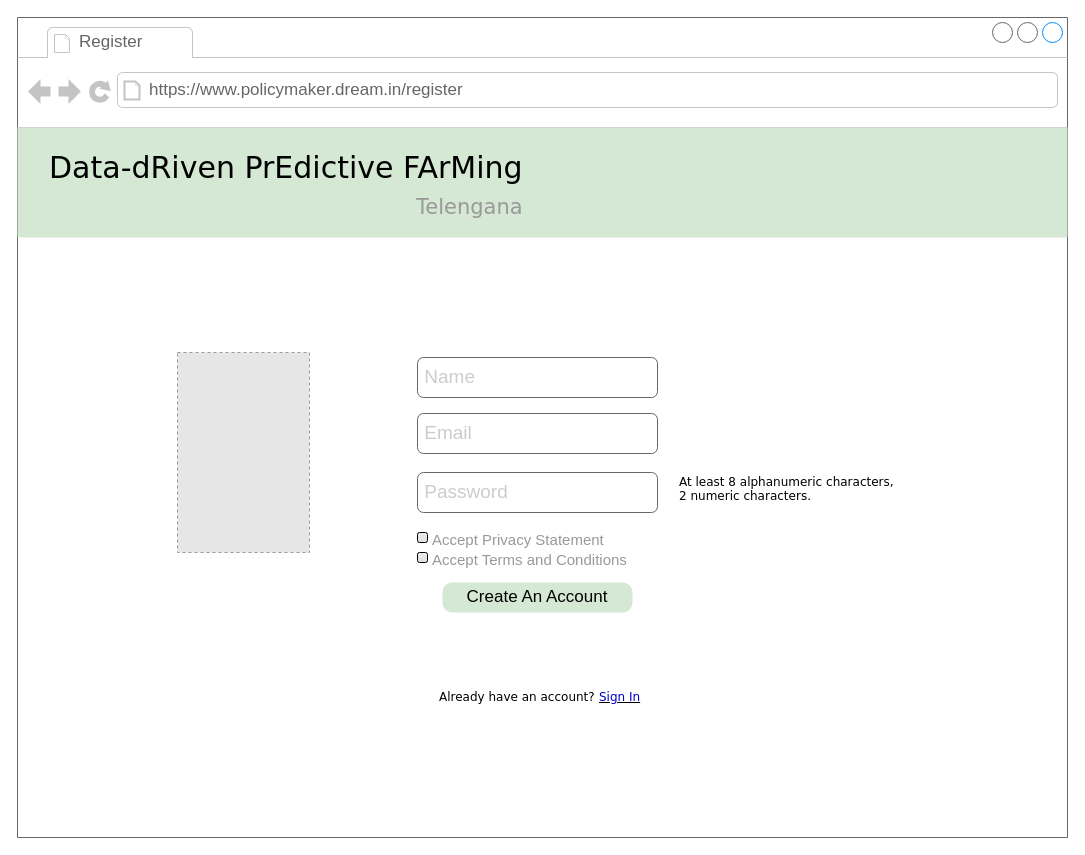
The draw.io diagram page "pm-register" (2 of 26) of RASD/diagrams/User Interface.drawio in ictar/DREAM-SE2-Project-2022, before the edit. Source tidied: cells renumbered, new cells numbered last; positions are measured from the earlier drawing's top-left corner, leaving out a move shared by most shapes. Both pictures are drawn from the tidied source at 100%, with x=0, y=0 at pixel (17, 17). Pictures stored in the file or linked from it are replaced by grey dashed boxes.
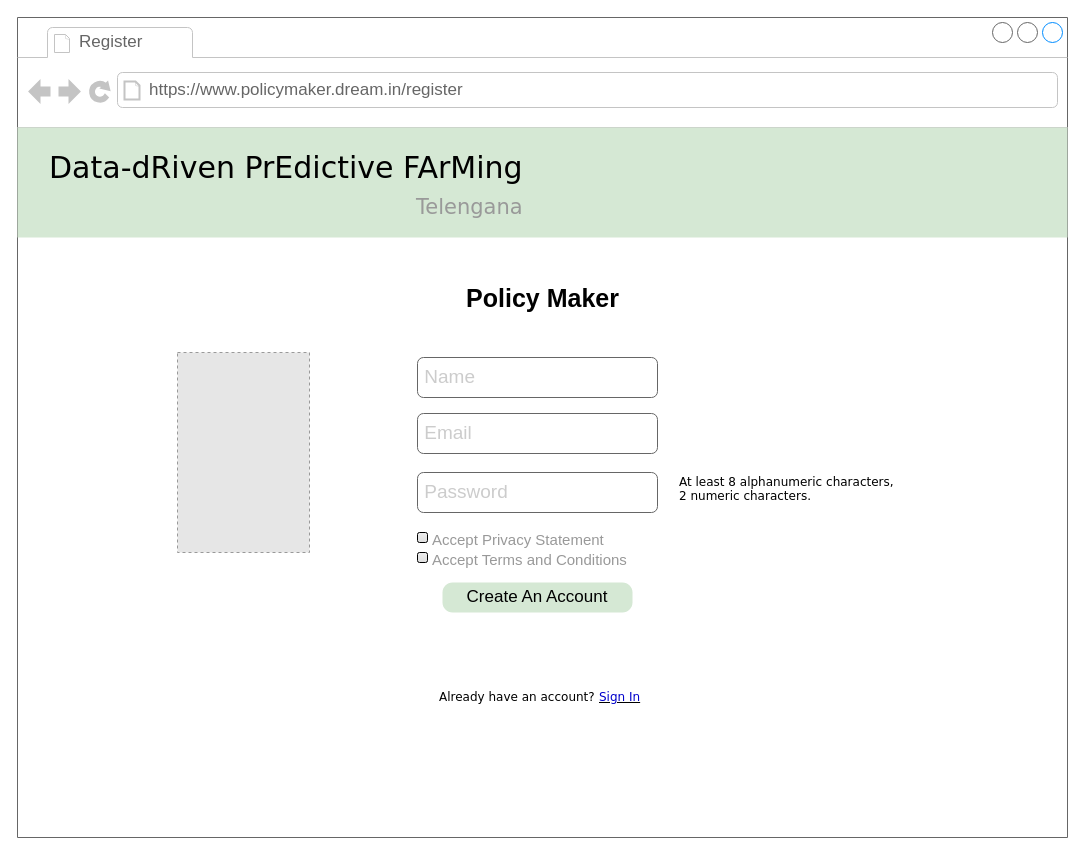
Above is the later version.

Diff of the diagram source:
```diff
@@
 <mxGraphModel background="#ffffff">
   <root>
     <mxCell id="0" />
     <mxCell id="1" parent="0" />
     <mxCell id="2" style="strokeWidth=1;shadow=0;dashed=0;align=center;html=1;shape=mxgraph.mockup.containers.browserWindow;rSize=0;strokeColor=#666666;mainText=,;rounded=0;labelBackgroundColor=none;fontFamily=Verdana;fontSize=12;" parent="1" vertex="1">
       <mxGeometry width="1050" height="820" as="geometry" />
     </mxCell>
     <mxCell id="3" value="Register" style="strokeWidth=1;shadow=0;dashed=0;align=center;html=1;shape=mxgraph.mockup.containers.anchor;fontSize=17;fontColor=#666666;align=left;" parent="2" vertex="1">
       <mxGeometry x="60" y="12" width="110" height="26" as="geometry" />
     </mxCell>
     <mxCell id="4" value="https://www.policymaker.dream.in/register" style="strokeWidth=1;shadow=0;dashed=0;align=center;html=1;shape=mxgraph.mockup.containers.anchor;rSize=0;fontSize=17;fontColor=#666666;align=left;" parent="2" vertex="1">
       <mxGeometry x="130" y="60" width="250" height="26" as="geometry" />
     </mxCell>
     <mxCell id="5" value="Create An Account" style="strokeWidth=1;shadow=0;dashed=0;align=center;html=1;shape=mxgraph.mockup.buttons.button;strokeColor=none;mainText=;buttonStyle=round;fontSize=17;fontStyle=0;fillColor=#d5e8d4;whiteSpace=wrap;rounded=0;labelBackgroundColor=none;" parent="2" vertex="1">
       <mxGeometry x="425" y="565" width="190" height="30" as="geometry" />
     </mxCell>
     <mxCell id="6" value="&lt;font style=&quot;font-size: 19px&quot; color=&quot;#cccccc&quot;&gt;&amp;nbsp;Email&lt;/font&gt;" style="rounded=1;whiteSpace=wrap;html=1;fillColor=none;fontColor=#333333;strokeColor=#666666;align=left;" parent="2" vertex="1">
       <mxGeometry x="400" y="396" width="240" height="40" as="geometry" />
     </mxCell>
     <mxCell id="7" value="&lt;font style=&quot;font-size: 19px&quot; color=&quot;#cccccc&quot;&gt;&amp;nbsp;Password&lt;/font&gt;" style="rounded=1;whiteSpace=wrap;html=1;fillColor=none;fontColor=#333333;strokeColor=#666666;align=left;" parent="2" vertex="1">
       <mxGeometry x="400" y="455" width="240" height="40" as="geometry" />
     </mxCell>
     <mxCell id="8" value="Already have an account?" style="text;html=1;align=left;verticalAlign=top;spacingTop=-4;fontSize=12;fontFamily=Verdana;whiteSpace=wrap;" parent="2" vertex="1">
       <mxGeometry x="420" y="670" width="160" height="20" as="geometry" />
     </mxCell>
     <mxCell id="9" value="&lt;u&gt;&lt;font color=&quot;#0000cc&quot;&gt;Sign In&lt;/font&gt;&lt;/u&gt;" style="text;html=1;align=left;verticalAlign=top;spacingTop=-4;fontSize=12;fontFamily=Verdana;whiteSpace=wrap;" parent="2" vertex="1">
       <mxGeometry x="580" y="670" width="160" height="20" as="geometry" />
     </mxCell>
     <mxCell id="10" style="rounded=0;whiteSpace=wrap;html=1;fontSize=21;fillColor=#d5e8d4;strokeColor=none;" parent="2" vertex="1">
       <mxGeometry y="110" width="1050" height="110" as="geometry" />
     </mxCell>
     <mxCell id="11" value="Data-dRiven PrEdictive FArMing&lt;br&gt;&lt;div style=&quot;text-align: right&quot;&gt;&lt;font style=&quot;font-size: 21px&quot; color=&quot;#999999&quot;&gt;Telengana&lt;/font&gt;&lt;/div&gt;" style="text;html=1;align=left;verticalAlign=top;spacingTop=-4;fontSize=30;fontFamily=Verdana;" parent="2" vertex="1">
       <mxGeometry x="30" y="130" width="480" height="50" as="geometry" />
     </mxCell>
     <mxCell id="12" value="&lt;font style=&quot;font-size: 19px&quot; color=&quot;#cccccc&quot;&gt;&amp;nbsp;Name&lt;/font&gt;" style="rounded=1;whiteSpace=wrap;html=1;fillColor=none;fontColor=#333333;strokeColor=#666666;align=left;" parent="2" vertex="1">
       <mxGeometry x="400" y="340" width="240" height="40" as="geometry" />
     </mxCell>
     <mxCell id="13" value="At least 8 alphanumeric characters, 2 numeric characters." style="text;html=1;align=left;verticalAlign=top;spacingTop=-4;fontSize=12;fontFamily=Verdana;whiteSpace=wrap;" parent="2" vertex="1">
       <mxGeometry x="660" y="455" width="220" height="40" as="geometry" />
     </mxCell>
     <mxCell id="14" value="&lt;font style=&quot;font-size: 15px&quot; color=&quot;#999999&quot;&gt;Accept Terms and Conditions&lt;/font&gt;" style="html=1;shadow=0;dashed=0;shape=mxgraph.bootstrap.checkbox2;labelPosition=right;verticalLabelPosition=middle;align=left;verticalAlign=middle;gradientColor=#DEDEDE;fillColor=#EDEDED;checked=0;spacing=5;fontColor=#6C767D;checkedFill=#0085FC;checkedStroke=#ffffff;sketch=0;fontSize=21;" parent="2" vertex="1">
       <mxGeometry x="400" y="535" width="10" height="10" as="geometry" />
     </mxCell>
     <mxCell id="15" value="&lt;span style=&quot;font-size: 15px&quot;&gt;&lt;font color=&quot;#999999&quot;&gt;Accept Privacy Statement&lt;/font&gt;&lt;/span&gt;" style="html=1;shadow=0;dashed=0;shape=mxgraph.bootstrap.checkbox2;labelPosition=right;verticalLabelPosition=middle;align=left;verticalAlign=middle;gradientColor=#DEDEDE;fillColor=#EDEDED;checked=0;spacing=5;fontColor=#6C767D;checkedFill=#0085FC;checkedStroke=#ffffff;sketch=0;fontSize=21;" parent="2" vertex="1">
       <mxGeometry x="400" y="515" width="10" height="10" as="geometry" />
     </mxCell>
     <mxCell id="16" style="fillColor=#E6E6E6;strokeColor=#999999;dashed=1;verticalLabelPosition=bottom;labelBackgroundColor=#ffffff;verticalAlign=top;" parent="2" vertex="1">
       <mxGeometry x="160" y="335" width="132" height="200" as="geometry" />
     </mxCell>
+    <mxCell id="17" value="&lt;b&gt;&lt;font color=&quot;#000000&quot; style=&quot;font-size: 25px&quot;&gt;Policy Maker&lt;/font&gt;&lt;/b&gt;" style="text;html=1;align=center;verticalAlign=middle;strokeColor=none;fillColor=none;fontColor=#B3B3B3;" parent="2" vertex="1">
+      <mxGeometry x="440" y="270" width="170" height="20" as="geometry" />
+    </mxCell>
   </root>
 </mxGraphModel>
```
